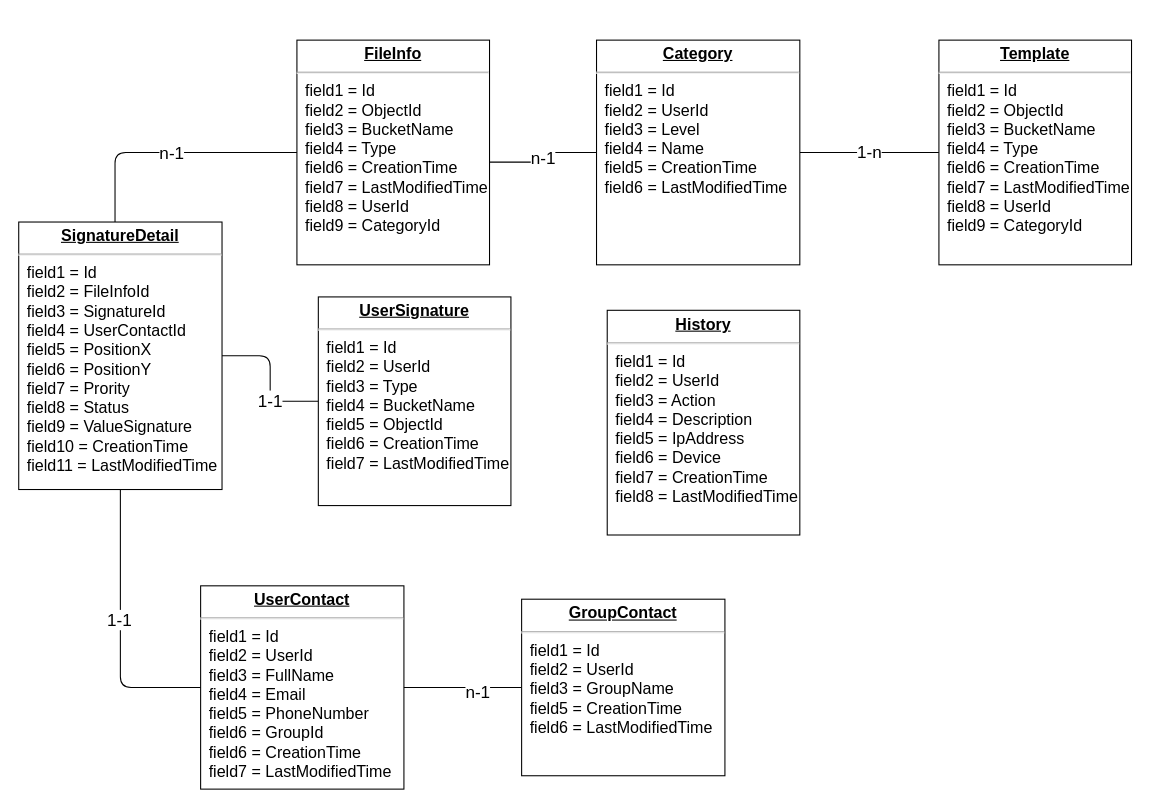
This is DatabaseDiagram.drawio from thangmt1997/app_sales, a draw.io file, before an edit. Source tidied: cells renumbered, new cells numbered last; positions are measured from the earlier drawing's top-left corner, leaving out a move shared by most shapes. Both pictures are drawn from the tidied source at 107%, with x=0, y=0 at pixel (18, 40).
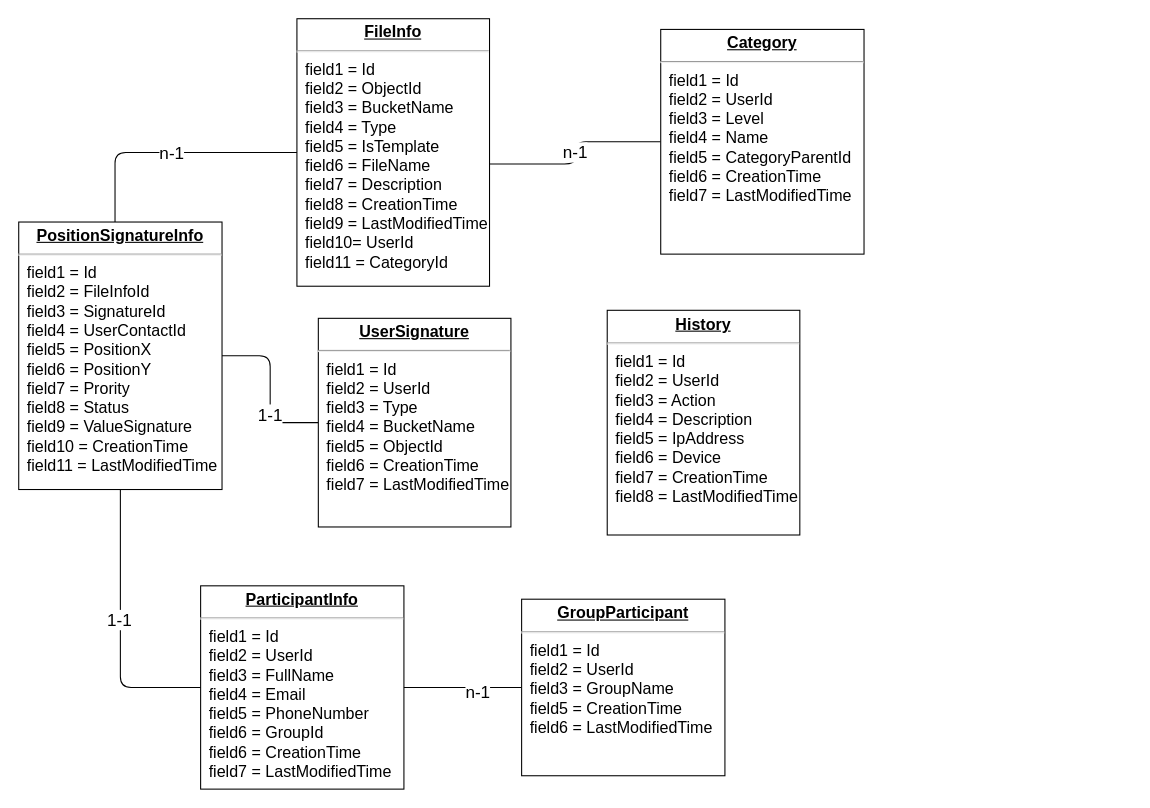
The same diagram, later.

Diff of the diagram source:
```diff
@@
-    <mxCell id="2" value="&lt;p style=&quot;margin: 4px 0px 0px ; text-align: center ; text-decoration: underline ; font-size: 15px&quot;&gt;&lt;b style=&quot;font-size: 15px&quot;&gt;FileInfo&lt;/b&gt;&lt;/p&gt;&lt;hr style=&quot;font-size: 15px&quot;&gt;&lt;p style=&quot;margin: 0px 0px 0px 8px ; font-size: 15px&quot;&gt;field1 = Id&lt;br style=&quot;font-size: 15px&quot;&gt;field2 = ObjectId&lt;br style=&quot;font-size: 15px&quot;&gt;field3 = BucketName&lt;/p&gt;&lt;p style=&quot;margin: 0px 0px 0px 8px ; font-size: 15px&quot;&gt;field4 = Type&lt;/p&gt;&lt;p style=&quot;margin: 0px 0px 0px 8px ; font-size: 15px&quot;&gt;field6 = CreationTime&lt;br style=&quot;font-size: 15px&quot;&gt;&lt;/p&gt;&lt;p style=&quot;margin: 0px 0px 0px 8px ; font-size: 15px&quot;&gt;field7 = LastModifiedTime&lt;br&gt;field8 = UserId&lt;br&gt;&lt;/p&gt;&lt;p style=&quot;margin: 0px 0px 0px 8px ; font-size: 15px&quot;&gt;field9 = CategoryId&lt;/p&gt;" style="verticalAlign=top;align=left;overflow=fill;fontSize=15;fontFamily=Helvetica;html=1;rounded=0;shadow=0;comic=0;labelBackgroundColor=none;strokeWidth=1;glass=0;" parent="1" vertex="1">
-      <mxGeometry x="260" width="180" height="210" as="geometry" />
+    <mxCell id="2" value="&lt;p style=&quot;margin: 4px 0px 0px ; text-align: center ; text-decoration: underline ; font-size: 15px&quot;&gt;&lt;b style=&quot;font-size: 15px&quot;&gt;FileInfo&lt;/b&gt;&lt;/p&gt;&lt;hr style=&quot;font-size: 15px&quot;&gt;&lt;p style=&quot;margin: 0px 0px 0px 8px ; font-size: 15px&quot;&gt;field1 = Id&lt;br style=&quot;font-size: 15px&quot;&gt;field2 = ObjectId&lt;br style=&quot;font-size: 15px&quot;&gt;field3 = BucketName&lt;/p&gt;&lt;p style=&quot;margin: 0px 0px 0px 8px ; font-size: 15px&quot;&gt;field4 = Type&lt;/p&gt;&lt;p style=&quot;margin: 0px 0px 0px 8px ; font-size: 15px&quot;&gt;field5 = IsTemplate&lt;/p&gt;&lt;p style=&quot;margin: 0px 0px 0px 8px ; font-size: 15px&quot;&gt;field6 = FileName&lt;/p&gt;&lt;p style=&quot;margin: 0px 0px 0px 8px ; font-size: 15px&quot;&gt;field7 = Description&amp;nbsp;&lt;/p&gt;&lt;p style=&quot;margin: 0px 0px 0px 8px ; font-size: 15px&quot;&gt;field8 = CreationTime&lt;br style=&quot;font-size: 15px&quot;&gt;&lt;/p&gt;&lt;p style=&quot;margin: 0px 0px 0px 8px ; font-size: 15px&quot;&gt;field9 = LastModifiedTime&lt;br&gt;field10= UserId&lt;br&gt;&lt;/p&gt;&lt;p style=&quot;margin: 0px 0px 0px 8px ; font-size: 15px&quot;&gt;field11 = CategoryId&lt;/p&gt;" style="verticalAlign=top;align=left;overflow=fill;fontSize=15;fontFamily=Helvetica;html=1;rounded=0;shadow=0;comic=0;labelBackgroundColor=none;strokeWidth=1;glass=0;" parent="1" vertex="1">
+      <mxGeometry x="260" y="-20" width="180" height="250" as="geometry" />
     </mxCell>
@@
     <mxCell id="5" value="&lt;p style=&quot;margin: 4px 0px 0px ; text-align: center ; text-decoration: underline ; font-size: 15px&quot;&gt;&lt;b style=&quot;font-size: 15px&quot;&gt;UserSignature&lt;/b&gt;&lt;/p&gt;&lt;hr style=&quot;font-size: 15px&quot;&gt;&lt;p style=&quot;margin: 0px 0px 0px 8px ; font-size: 15px&quot;&gt;field1 = Id&lt;br style=&quot;font-size: 15px&quot;&gt;field2 = UserId&lt;br style=&quot;font-size: 15px&quot;&gt;field3 = Type&lt;/p&gt;&lt;p style=&quot;margin: 0px 0px 0px 8px ; font-size: 15px&quot;&gt;field4 = BucketName&lt;/p&gt;&lt;p style=&quot;margin: 0px 0px 0px 8px ; font-size: 15px&quot;&gt;field5 = ObjectId&lt;br style=&quot;font-size: 15px&quot;&gt;&lt;/p&gt;&lt;p style=&quot;margin: 0px 0px 0px 8px&quot;&gt;field6 = CreationTime&lt;br&gt;&lt;/p&gt;&lt;p style=&quot;margin: 0px 0px 0px 8px&quot;&gt;field7 = LastModifiedTime&lt;/p&gt;" style="verticalAlign=top;align=left;overflow=fill;fontSize=15;fontFamily=Helvetica;html=1;rounded=0;shadow=0;comic=0;labelBackgroundColor=none;strokeWidth=1;" parent="1" vertex="1">
-      <mxGeometry x="280" y="240" width="180" height="195" as="geometry" />
+      <mxGeometry x="280" y="260" width="180" height="195" as="geometry" />
     </mxCell>
-    <mxCell id="6" value="&lt;p style=&quot;margin: 4px 0px 0px ; text-align: center ; text-decoration: underline ; font-size: 15px&quot;&gt;&lt;b style=&quot;font-size: 15px&quot;&gt;UserContact&lt;/b&gt;&lt;/p&gt;&lt;hr style=&quot;font-size: 15px&quot;&gt;&lt;p style=&quot;margin: 0px 0px 0px 8px ; font-size: 15px&quot;&gt;field1 = Id&lt;br style=&quot;font-size: 15px&quot;&gt;field2 = UserId&lt;br style=&quot;font-size: 15px&quot;&gt;field3 = FullName&lt;/p&gt;&lt;p style=&quot;margin: 0px 0px 0px 8px ; font-size: 15px&quot;&gt;field4 = Email&lt;br style=&quot;font-size: 15px&quot;&gt;&lt;/p&gt;&lt;p style=&quot;margin: 0px 0px 0px 8px ; font-size: 15px&quot;&gt;field5 = PhoneNumber&lt;br style=&quot;font-size: 15px&quot;&gt;&lt;/p&gt;&lt;p style=&quot;margin: 0px 0px 0px 8px ; font-size: 15px&quot;&gt;field6 = GroupId&lt;/p&gt;&lt;p style=&quot;margin: 0px 0px 0px 8px&quot;&gt;field6 = CreationTime&lt;br&gt;&lt;/p&gt;&lt;p style=&quot;margin: 0px 0px 0px 8px&quot;&gt;field7 = LastModifiedTime&lt;/p&gt;" style="verticalAlign=top;align=left;overflow=fill;fontSize=15;fontFamily=Helvetica;html=1;rounded=0;shadow=0;comic=0;labelBackgroundColor=none;strokeWidth=1;" parent="1" vertex="1">
+    <mxCell id="6" value="&lt;p style=&quot;margin: 4px 0px 0px ; text-align: center ; text-decoration: underline ; font-size: 15px&quot;&gt;&lt;b style=&quot;font-size: 15px&quot;&gt;ParticipantInfo&lt;/b&gt;&lt;/p&gt;&lt;hr style=&quot;font-size: 15px&quot;&gt;&lt;p style=&quot;margin: 0px 0px 0px 8px ; font-size: 15px&quot;&gt;field1 = Id&lt;br style=&quot;font-size: 15px&quot;&gt;field2 = UserId&lt;br style=&quot;font-size: 15px&quot;&gt;field3 = FullName&lt;/p&gt;&lt;p style=&quot;margin: 0px 0px 0px 8px ; font-size: 15px&quot;&gt;field4 = Email&lt;br style=&quot;font-size: 15px&quot;&gt;&lt;/p&gt;&lt;p style=&quot;margin: 0px 0px 0px 8px ; font-size: 15px&quot;&gt;field5 = PhoneNumber&lt;br style=&quot;font-size: 15px&quot;&gt;&lt;/p&gt;&lt;p style=&quot;margin: 0px 0px 0px 8px ; font-size: 15px&quot;&gt;field6 = GroupId&lt;/p&gt;&lt;p style=&quot;margin: 0px 0px 0px 8px&quot;&gt;field6 = CreationTime&lt;br&gt;&lt;/p&gt;&lt;p style=&quot;margin: 0px 0px 0px 8px&quot;&gt;field7 = LastModifiedTime&lt;/p&gt;" style="verticalAlign=top;align=left;overflow=fill;fontSize=15;fontFamily=Helvetica;html=1;rounded=0;shadow=0;comic=0;labelBackgroundColor=none;strokeWidth=1;" parent="1" vertex="1">
       <mxGeometry x="170" y="510" width="190" height="190" as="geometry" />
     </mxCell>
@@
-    <mxCell id="8" value="1-n" style="edgeStyle=orthogonalEdgeStyle;rounded=1;jettySize=auto;html=1;entryX=0;entryY=0.5;entryDx=0;entryDy=0;endArrow=none;endFill=0;fontSize=16;" parent="1" edge="1" source="9" target="17">
-      <mxGeometry relative="1" as="geometry" />
-    </mxCell>
-    <mxCell id="9" value="&lt;p style=&quot;margin: 4px 0px 0px ; text-align: center ; text-decoration: underline ; font-size: 15px&quot;&gt;&lt;b style=&quot;font-size: 15px&quot;&gt;Category&lt;/b&gt;&lt;/p&gt;&lt;hr style=&quot;font-size: 15px&quot;&gt;&lt;p style=&quot;margin: 0px 0px 0px 8px ; font-size: 15px&quot;&gt;field1 = Id&lt;br style=&quot;font-size: 15px&quot;&gt;field2 = UserId&lt;br style=&quot;font-size: 15px&quot;&gt;field3 = Level&lt;/p&gt;&lt;p style=&quot;margin: 0px 0px 0px 8px ; font-size: 15px&quot;&gt;field4 = Name&lt;br style=&quot;font-size: 15px&quot;&gt;&lt;/p&gt;&lt;p style=&quot;margin: 0px 0px 0px 8px&quot;&gt;field5 = CreationTime&lt;br&gt;&lt;/p&gt;&lt;p style=&quot;margin: 0px 0px 0px 8px&quot;&gt;field6 = LastModifiedTime&lt;/p&gt;" style="verticalAlign=top;align=left;overflow=fill;fontSize=15;fontFamily=Helvetica;html=1;rounded=0;shadow=0;comic=0;labelBackgroundColor=none;strokeWidth=1;" parent="1" vertex="1">
-      <mxGeometry x="540" width="190" height="210" as="geometry" />
+    <mxCell id="9" value="&lt;p style=&quot;margin: 4px 0px 0px ; text-align: center ; text-decoration: underline ; font-size: 15px&quot;&gt;&lt;b style=&quot;font-size: 15px&quot;&gt;Category&lt;/b&gt;&lt;/p&gt;&lt;hr style=&quot;font-size: 15px&quot;&gt;&lt;p style=&quot;margin: 0px 0px 0px 8px ; font-size: 15px&quot;&gt;field1 = Id&lt;br style=&quot;font-size: 15px&quot;&gt;field2 = UserId&lt;br style=&quot;font-size: 15px&quot;&gt;field3 = Level&lt;/p&gt;&lt;p style=&quot;margin: 0px 0px 0px 8px ; font-size: 15px&quot;&gt;field4 = Name&lt;br style=&quot;font-size: 15px&quot;&gt;&lt;/p&gt;&lt;p style=&quot;margin: 0px 0px 0px 8px ; font-size: 15px&quot;&gt;field5 = CategoryParentId&lt;/p&gt;&lt;p style=&quot;margin: 0px 0px 0px 8px&quot;&gt;field6 = CreationTime&lt;br&gt;&lt;/p&gt;&lt;p style=&quot;margin: 0px 0px 0px 8px&quot;&gt;field7 = LastModifiedTime&lt;/p&gt;" style="verticalAlign=top;align=left;overflow=fill;fontSize=15;fontFamily=Helvetica;html=1;rounded=0;shadow=0;comic=0;labelBackgroundColor=none;strokeWidth=1;" parent="1" vertex="1">
+      <mxGeometry x="600" y="-10" width="190" height="210" as="geometry" />
     </mxCell>
@@
-    <mxCell id="13" value="&lt;p style=&quot;margin: 4px 0px 0px ; text-align: center ; text-decoration: underline ; font-size: 15px&quot;&gt;&lt;b style=&quot;font-size: 15px&quot;&gt;SignatureDetail&lt;/b&gt;&lt;/p&gt;&lt;hr style=&quot;font-size: 15px&quot;&gt;&lt;p style=&quot;margin: 0px 0px 0px 8px ; font-size: 15px&quot;&gt;field1 = Id&lt;br style=&quot;font-size: 15px&quot;&gt;field2 = FileInfoId&lt;/p&gt;&lt;p style=&quot;margin: 0px 0px 0px 8px&quot;&gt;field3 = SignatureId&lt;/p&gt;&lt;p style=&quot;margin: 0px 0px 0px 8px&quot;&gt;field4 = UserContactId&lt;/p&gt;&lt;p style=&quot;margin: 0px 0px 0px 8px ; font-size: 15px&quot;&gt;field5 = PositionX&lt;/p&gt;&lt;p style=&quot;margin: 0px 0px 0px 8px ; font-size: 15px&quot;&gt;field6 = PositionY&lt;/p&gt;&lt;p style=&quot;margin: 0px 0px 0px 8px ; font-size: 15px&quot;&gt;field7 = Prority&lt;br&gt;&lt;/p&gt;&lt;p style=&quot;margin: 0px 0px 0px 8px ; font-size: 15px&quot;&gt;field8 = Status&lt;/p&gt;&lt;p style=&quot;margin: 0px 0px 0px 8px ; font-size: 15px&quot;&gt;field9 = ValueSignature&lt;/p&gt;&lt;p style=&quot;margin: 0px 0px 0px 8px&quot;&gt;field10 = CreationTime&lt;br&gt;&lt;/p&gt;&lt;p style=&quot;margin: 0px 0px 0px 8px&quot;&gt;field11 = LastModifiedTime&lt;/p&gt;&lt;p style=&quot;margin: 0px 0px 0px 8px&quot;&gt;&lt;br&gt;&lt;/p&gt;" style="verticalAlign=top;align=left;overflow=fill;fontSize=15;fontFamily=Helvetica;html=1;rounded=0;shadow=0;comic=0;labelBackgroundColor=none;strokeWidth=1;" parent="1" vertex="1">
+    <mxCell id="13" value="&lt;p style=&quot;margin: 4px 0px 0px ; text-align: center ; text-decoration: underline ; font-size: 15px&quot;&gt;&lt;b style=&quot;font-size: 15px&quot;&gt;PositionSignatureInfo&lt;/b&gt;&lt;/p&gt;&lt;hr style=&quot;font-size: 15px&quot;&gt;&lt;p style=&quot;margin: 0px 0px 0px 8px ; font-size: 15px&quot;&gt;field1 = Id&lt;br style=&quot;font-size: 15px&quot;&gt;field2 = FileInfoId&lt;/p&gt;&lt;p style=&quot;margin: 0px 0px 0px 8px&quot;&gt;field3 = SignatureId&lt;/p&gt;&lt;p style=&quot;margin: 0px 0px 0px 8px&quot;&gt;field4 = UserContactId&lt;/p&gt;&lt;p style=&quot;margin: 0px 0px 0px 8px ; font-size: 15px&quot;&gt;field5 = PositionX&lt;/p&gt;&lt;p style=&quot;margin: 0px 0px 0px 8px ; font-size: 15px&quot;&gt;field6 = PositionY&lt;/p&gt;&lt;p style=&quot;margin: 0px 0px 0px 8px ; font-size: 15px&quot;&gt;field7 = Prority&lt;br&gt;&lt;/p&gt;&lt;p style=&quot;margin: 0px 0px 0px 8px ; font-size: 15px&quot;&gt;field8 = Status&lt;/p&gt;&lt;p style=&quot;margin: 0px 0px 0px 8px ; font-size: 15px&quot;&gt;field9 = ValueSignature&lt;/p&gt;&lt;p style=&quot;margin: 0px 0px 0px 8px&quot;&gt;field10 = CreationTime&lt;br&gt;&lt;/p&gt;&lt;p style=&quot;margin: 0px 0px 0px 8px&quot;&gt;field11 = LastModifiedTime&lt;/p&gt;&lt;p style=&quot;margin: 0px 0px 0px 8px&quot;&gt;&lt;br&gt;&lt;/p&gt;" style="verticalAlign=top;align=left;overflow=fill;fontSize=15;fontFamily=Helvetica;html=1;rounded=0;shadow=0;comic=0;labelBackgroundColor=none;strokeWidth=1;" parent="1" vertex="1">
       <mxGeometry y="170" width="190" height="250" as="geometry" />
     </mxCell>
@@
-    <mxCell id="16" value="&lt;p style=&quot;margin: 4px 0px 0px ; text-align: center ; text-decoration: underline ; font-size: 15px&quot;&gt;&lt;b style=&quot;font-size: 15px&quot;&gt;GroupContact&lt;/b&gt;&lt;/p&gt;&lt;hr style=&quot;font-size: 15px&quot;&gt;&lt;p style=&quot;margin: 0px 0px 0px 8px ; font-size: 15px&quot;&gt;field1 = Id&lt;br style=&quot;font-size: 15px&quot;&gt;field2 = UserId&lt;br style=&quot;font-size: 15px&quot;&gt;field3 = GroupName&lt;/p&gt;&lt;p style=&quot;margin: 0px 0px 0px 8px&quot;&gt;field5 = CreationTime&lt;br&gt;&lt;/p&gt;&lt;p style=&quot;margin: 0px 0px 0px 8px&quot;&gt;field6 = LastModifiedTime&lt;/p&gt;" style="verticalAlign=top;align=left;overflow=fill;fontSize=15;fontFamily=Helvetica;html=1;rounded=0;shadow=0;comic=0;labelBackgroundColor=none;strokeWidth=1;" parent="1" vertex="1">
+    <mxCell id="16" value="&lt;p style=&quot;margin: 4px 0px 0px ; text-align: center ; text-decoration: underline ; font-size: 15px&quot;&gt;&lt;b style=&quot;font-size: 15px&quot;&gt;GroupParticipant&lt;/b&gt;&lt;/p&gt;&lt;hr style=&quot;font-size: 15px&quot;&gt;&lt;p style=&quot;margin: 0px 0px 0px 8px ; font-size: 15px&quot;&gt;field1 = Id&lt;br style=&quot;font-size: 15px&quot;&gt;field2 = UserId&lt;br style=&quot;font-size: 15px&quot;&gt;field3 = GroupName&lt;/p&gt;&lt;p style=&quot;margin: 0px 0px 0px 8px&quot;&gt;field5 = CreationTime&lt;br&gt;&lt;/p&gt;&lt;p style=&quot;margin: 0px 0px 0px 8px&quot;&gt;field6 = LastModifiedTime&lt;/p&gt;" style="verticalAlign=top;align=left;overflow=fill;fontSize=15;fontFamily=Helvetica;html=1;rounded=0;shadow=0;comic=0;labelBackgroundColor=none;strokeWidth=1;" parent="1" vertex="1">
       <mxGeometry x="470" y="522.5" width="190" height="165" as="geometry" />
     </mxCell>
-    <mxCell id="17" value="&lt;p style=&quot;margin: 4px 0px 0px ; text-align: center ; text-decoration: underline ; font-size: 15px&quot;&gt;&lt;b&gt;Template&lt;/b&gt;&lt;/p&gt;&lt;hr style=&quot;font-size: 15px&quot;&gt;&lt;p style=&quot;margin: 0px 0px 0px 8px ; font-size: 15px&quot;&gt;field1 = Id&lt;br style=&quot;font-size: 15px&quot;&gt;field2 = ObjectId&lt;br style=&quot;font-size: 15px&quot;&gt;field3 = BucketName&lt;/p&gt;&lt;p style=&quot;margin: 0px 0px 0px 8px ; font-size: 15px&quot;&gt;field4 = Type&lt;/p&gt;&lt;p style=&quot;margin: 0px 0px 0px 8px ; font-size: 15px&quot;&gt;field6 = CreationTime&lt;br style=&quot;font-size: 15px&quot;&gt;&lt;/p&gt;&lt;p style=&quot;margin: 0px 0px 0px 8px ; font-size: 15px&quot;&gt;field7 = LastModifiedTime&lt;br&gt;field8 = UserId&lt;br&gt;&lt;/p&gt;&lt;p style=&quot;margin: 0px 0px 0px 8px ; font-size: 15px&quot;&gt;field9 = CategoryId&lt;/p&gt;" style="verticalAlign=top;align=left;overflow=fill;fontSize=15;fontFamily=Helvetica;html=1;rounded=0;shadow=0;comic=0;labelBackgroundColor=none;strokeWidth=1;glass=0;" parent="1" vertex="1">
-      <mxGeometry x="860" width="180" height="210" as="geometry" />
-    </mxCell>
```
